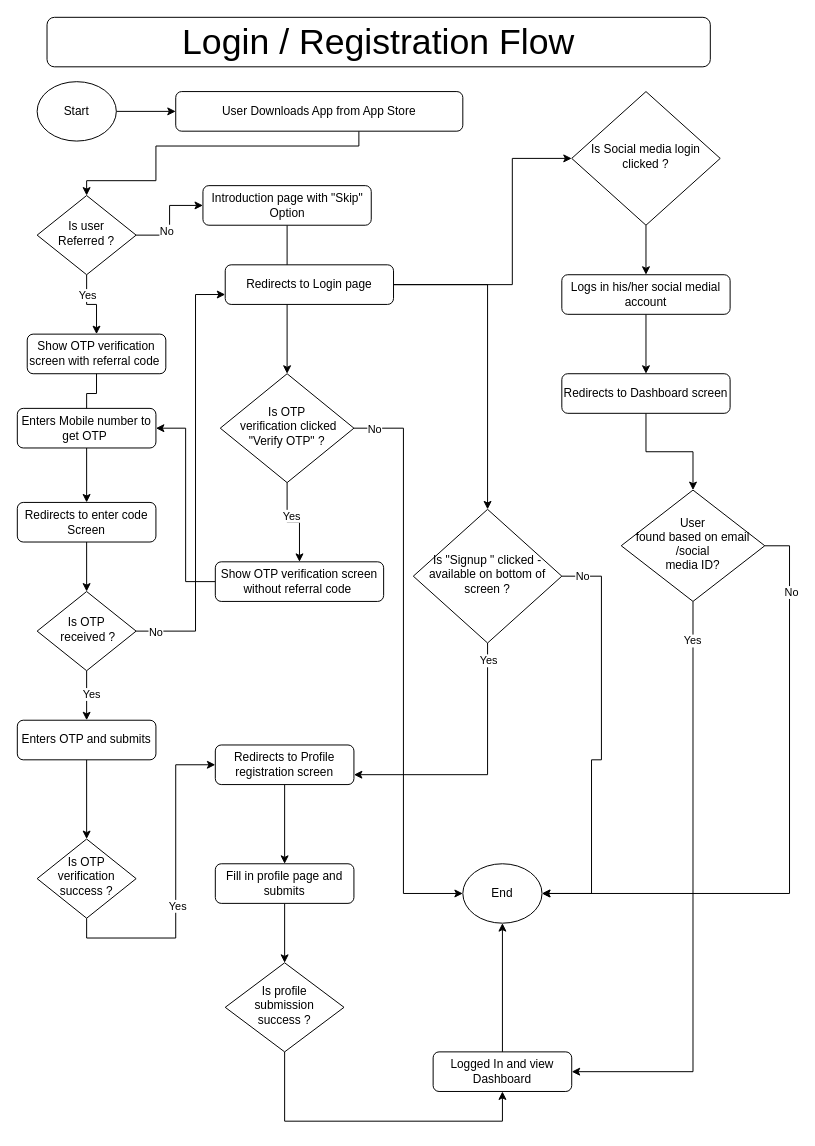
Adityacs001/snippet keeps this draw.io diagram as Triva_Login_Registration_Flow.drawio. Above is the earlier version. Source tidied: cells renumbered, new cells numbered last; positions are measured from the earlier drawing's top-left corner, leaving out a move shared by most shapes. Both pictures are drawn from the tidied source at 99%, with x=0, y=0 at pixel (17, 17).
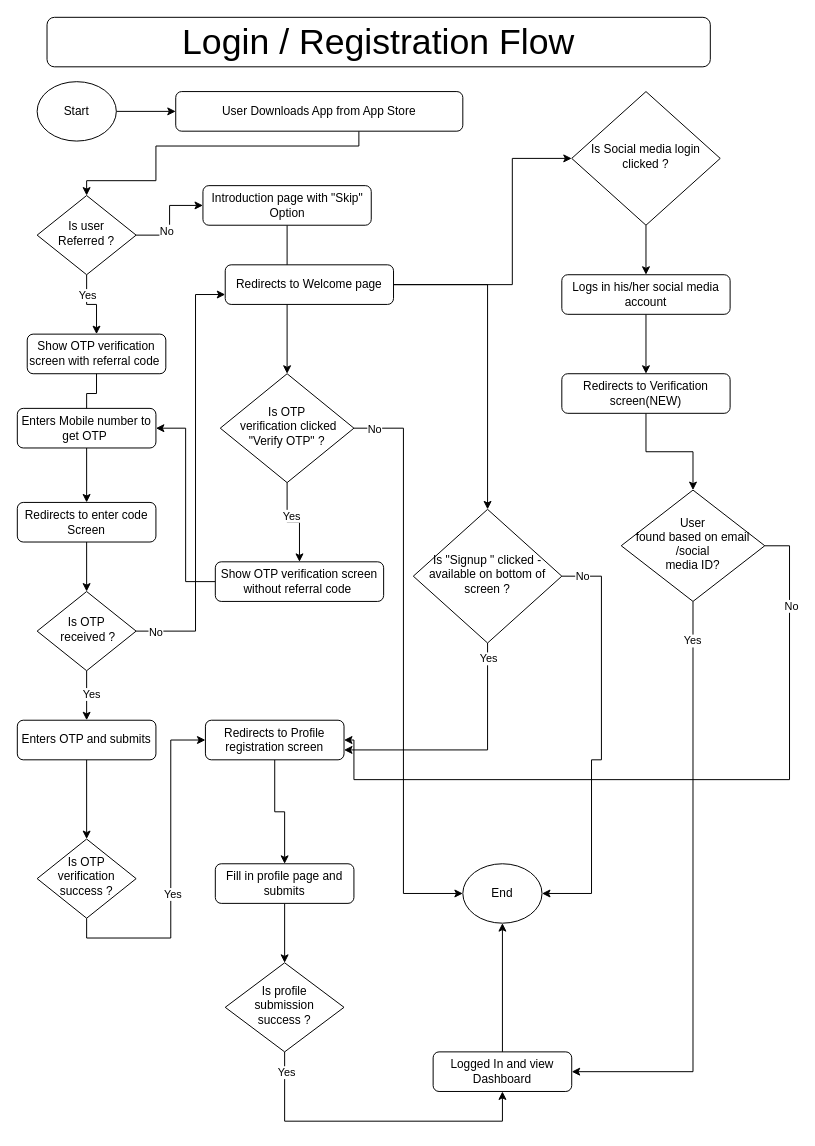
The same page after the edit.

The change refers to these unchanged cells:
```xml
<mxCell id="31" style="edgeStyle=orthogonalEdgeStyle;rounded=0;jettySize=auto;html=1;" parent="1" edge="1" source="32" target="34">
  <mxGeometry relative="1" as="geometry">
    <Array as="points">
      <mxPoint x="270" y="1115" />
    </Array>
  </mxGeometry>
</mxCell>
<mxCell id="35" value="End" style="ellipse;whiteSpace=wrap;html=1;" parent="1" vertex="1">
  <mxGeometry x="450" y="855" width="80" height="60" as="geometry" />
</mxCell>
<mxCell id="61" value="User&lt;br&gt;found based on email /social &lt;br&gt;media ID?" style="rhombus;whiteSpace=wrap;html=1;shadow=0;fontFamily=Helvetica;fontSize=12;align=center;strokeWidth=1;spacing=6;spacingTop=-4;" parent="1" vertex="1">
  <mxGeometry x="610" y="477.5" width="145" height="112.5" as="geometry" />
</mxCell>
```

The edit, as a diff of the source:
```diff
@@
     <mxCell id="28" value="Redirects to Profile registration screen" style="rounded=1;whiteSpace=wrap;html=1;" parent="1" vertex="1">
-      <mxGeometry x="200" y="735" width="140" height="40" as="geometry" />
+      <mxGeometry x="190" y="710" width="140" height="40" as="geometry" />
     </mxCell>
@@
+    <mxCell id="65" value="Yes" style="edgeLabel;html=1;align=center;verticalAlign=middle;" parent="31" vertex="1">
+      <mxGeometry x="-0.88" y="1" relative="1" as="geometry">
+        <mxPoint y="1" as="offset" />
+      </mxGeometry>
+    </mxCell>
@@
-    <mxCell id="38" value="Redirects to Login page" style="rounded=1;whiteSpace=wrap;html=1;fontSize=12;glass=0;strokeWidth=1;shadow=0;" parent="1" vertex="1">
+    <mxCell id="38" value="Redirects to Welcome page" style="rounded=1;whiteSpace=wrap;html=1;fontSize=12;glass=0;strokeWidth=1;shadow=0;" parent="1" vertex="1">
       <mxGeometry x="210" y="250" width="170" height="40" as="geometry" />
     </mxCell>
@@
-    <mxCell id="54" value="Logs in his/her social medial account" style="rounded=1;whiteSpace=wrap;html=1;" parent="1" vertex="1">
+    <mxCell id="54" value="Logs in his/her social media account" style="rounded=1;whiteSpace=wrap;html=1;" parent="1" vertex="1">
       <mxGeometry x="550" y="260" width="170" height="40" as="geometry" />
     </mxCell>
@@
-    <mxCell id="56" value="Redirects to Dashboard screen" style="rounded=1;whiteSpace=wrap;html=1;" parent="1" vertex="1">
+    <mxCell id="56" value="Redirects to Verification screen(NEW)" style="rounded=1;whiteSpace=wrap;html=1;" parent="1" vertex="1">
       <mxGeometry x="550" y="360" width="170" height="40" as="geometry" />
     </mxCell>
@@
-    <mxCell id="59" style="edgeStyle=orthogonalEdgeStyle;rounded=0;jettySize=auto;html=1;" parent="1" edge="1" source="61" target="35">
+    <mxCell id="59" style="edgeStyle=orthogonalEdgeStyle;rounded=0;jettySize=auto;html=1;entryX=1;entryY=0.5;entryDx=0;entryDy=0;" parent="1" edge="1" source="61" target="28">
       <mxGeometry relative="1" as="geometry">
         <Array as="points">
           <mxPoint x="780" y="534" />
-          <mxPoint x="780" y="885" />
+          <mxPoint x="780" y="770" />
+          <mxPoint x="340" y="770" />
         </Array>
       </mxGeometry>
     </mxCell>
```
